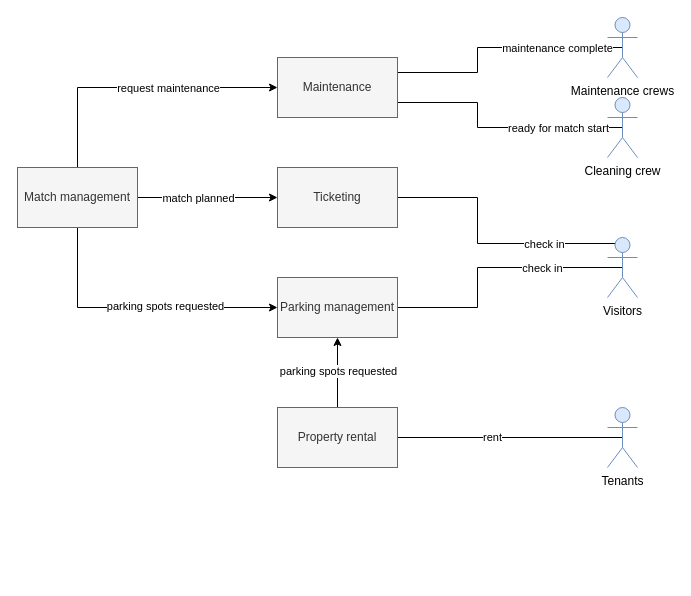
Above: service diagram.drawio in martijnmeeldijk/fc-smal (draw.io), before the change. Source tidied: cells renumbered, new cells numbered last; positions are measured from the earlier drawing's top-left corner, leaving out a move shared by most shapes. Both pictures are drawn from the tidied source at 100%, with x=0, y=0 at pixel (17, 17).
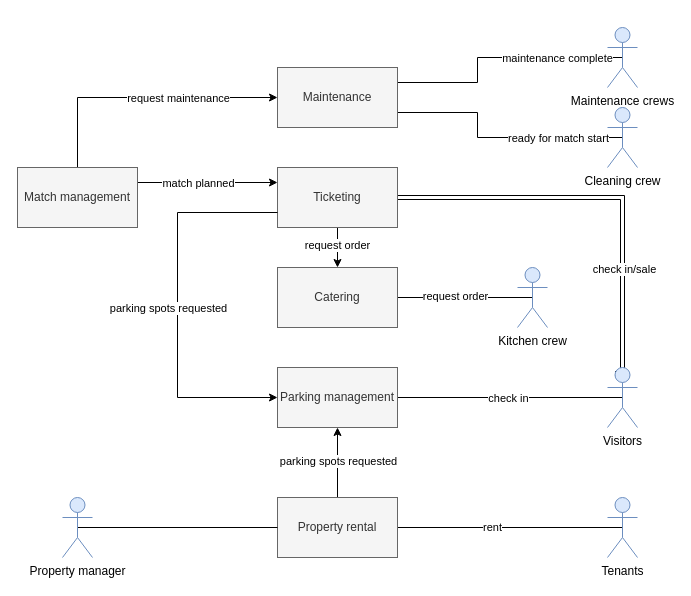
The same diagram, later.

The change refers to these unchanged cells:
```xml
<mxCell id="20" value="Ticketing" style="rounded=0;whiteSpace=wrap;html=1;fillColor=#f5f5f5;fontColor=#333333;strokeColor=#666666;" parent="1" vertex="1">
  <mxGeometry x="260" y="150" width="120" height="60" as="geometry" />
</mxCell>
<mxCell id="22" style="edgeStyle=orthogonalEdgeStyle;rounded=0;jettySize=auto;html=1;exitX=0.5;exitY=0;exitDx=0;exitDy=0;entryX=0;entryY=0.5;entryDx=0;entryDy=0;endArrow=classic;endFill=1;" parent="1" edge="1" source="28" target="21">
  <mxGeometry relative="1" as="geometry" />
</mxCell>
<mxCell id="28" value="Match management" style="rounded=0;whiteSpace=wrap;html=1;fillColor=#f5f5f5;fontColor=#333333;strokeColor=#666666;" parent="1" vertex="1">
  <mxGeometry y="150" width="120" height="60" as="geometry" />
</mxCell>
```

Change to the diagram source:
```diff
@@
-    <mxCell id="2" style="edgeStyle=orthogonalEdgeStyle;rounded=0;jettySize=auto;html=1;exitX=0.25;exitY=0.1;exitDx=0;exitDy=0;exitPerimeter=0;entryX=1;entryY=0.5;entryDx=0;entryDy=0;endArrow=none;endFill=0;" parent="1" edge="1" source="6" target="20">
+    <mxCell id="2" style="edgeStyle=orthogonalEdgeStyle;rounded=0;jettySize=auto;html=1;exitX=0.25;exitY=0.1;exitDx=0;exitDy=0;exitPerimeter=0;entryX=1;entryY=0.5;entryDx=0;entryDy=0;endArrow=none;endFill=0;shape=link;" parent="1" edge="1" source="6" target="20">
       <mxGeometry relative="1" as="geometry">
         <Array as="points">
-          <mxPoint x="460" y="226" />
-          <mxPoint x="460" y="180" />
+          <mxPoint x="605" y="356" />
+          <mxPoint x="605" y="180" />
         </Array>
       </mxGeometry>
     </mxCell>
-    <mxCell id="3" value="check in" style="edgeLabel;html=1;align=center;verticalAlign=middle;" parent="2" vertex="1">
+    <mxCell id="3" value="check in/sale" style="edgeLabel;html=1;align=center;verticalAlign=middle;" parent="2" vertex="1">
       <mxGeometry x="-0.45" relative="1" as="geometry">
         <mxPoint x="1" as="offset" />
       </mxGeometry>
     </mxCell>
     <mxCell id="4" style="edgeStyle=orthogonalEdgeStyle;rounded=0;jettySize=auto;html=1;exitX=0.5;exitY=0.5;exitDx=0;exitDy=0;exitPerimeter=0;entryX=1;entryY=0.5;entryDx=0;entryDy=0;endArrow=none;endFill=0;" parent="1" edge="1" source="6" target="16">
       <mxGeometry relative="1" as="geometry">
         <Array as="points">
-          <mxPoint x="460" y="250" />
-          <mxPoint x="460" y="290" />
+          <mxPoint x="605" y="380" />
         </Array>
       </mxGeometry>
     </mxCell>
     <mxCell id="5" value="check in" style="edgeLabel;html=1;align=center;verticalAlign=middle;" parent="4" vertex="1">
       <mxGeometry x="-0.39" y="-1" relative="1" as="geometry">
-        <mxPoint y="1" as="offset" />
+        <mxPoint x="-46" y="1" as="offset" />
       </mxGeometry>
     </mxCell>
     <mxCell id="6" value="Visitors" style="shape=umlActor;verticalLabelPosition=bottom;verticalAlign=top;html=1;outlineConnect=0;fillColor=#dae8fc;strokeColor=#6c8ebf;" parent="1" vertex="1">
-      <mxGeometry x="590" y="220" width="30" height="60" as="geometry" />
+      <mxGeometry x="590" y="350" width="30" height="60" as="geometry" />
     </mxCell>
     <mxCell id="7" style="edgeStyle=orthogonalEdgeStyle;rounded=0;jettySize=auto;html=1;exitX=0.5;exitY=0.5;exitDx=0;exitDy=0;exitPerimeter=0;entryX=1;entryY=0.75;entryDx=0;entryDy=0;endArrow=none;endFill=0;" parent="1" edge="1" source="9" target="21">
       <mxGeometry relative="1" as="geometry">
         <Array as="points">
-          <mxPoint x="460" y="110" />
-          <mxPoint x="460" y="85" />
+          <mxPoint x="460" y="120" />
+          <mxPoint x="460" y="95" />
         </Array>
       </mxGeometry>
     </mxCell>
@@
     <mxCell id="9" value="Cleaning crew" style="shape=umlActor;verticalLabelPosition=bottom;verticalAlign=top;html=1;outlineConnect=0;fillColor=#dae8fc;strokeColor=#6c8ebf;" parent="1" vertex="1">
-      <mxGeometry x="590" y="80" width="30" height="60" as="geometry" />
+      <mxGeometry x="590" y="90" width="30" height="60" as="geometry" />
     </mxCell>
     <mxCell id="10" style="edgeStyle=orthogonalEdgeStyle;rounded=0;jettySize=auto;html=1;exitX=0.5;exitY=0.5;exitDx=0;exitDy=0;exitPerimeter=0;entryX=1;entryY=0.25;entryDx=0;entryDy=0;endArrow=none;endFill=0;" parent="1" edge="1" source="12" target="21">
       <mxGeometry relative="1" as="geometry">
         <Array as="points">
-          <mxPoint x="460" y="30" />
-          <mxPoint x="460" y="55" />
+          <mxPoint x="460" y="40" />
+          <mxPoint x="460" y="65" />
         </Array>
       </mxGeometry>
     </mxCell>
@@
     <mxCell id="12" value="Maintenance crews" style="shape=umlActor;verticalLabelPosition=bottom;verticalAlign=top;html=1;outlineConnect=0;fillColor=#dae8fc;strokeColor=#6c8ebf;" parent="1" vertex="1">
-      <mxGeometry x="590" width="30" height="60" as="geometry" />
+      <mxGeometry x="590" y="10" width="30" height="60" as="geometry" />
     </mxCell>
@@
     <mxCell id="15" value="Tenants" style="shape=umlActor;verticalLabelPosition=bottom;verticalAlign=top;html=1;outlineConnect=0;fillColor=#dae8fc;strokeColor=#6c8ebf;" parent="1" vertex="1">
-      <mxGeometry x="590" y="390" width="30" height="60" as="geometry" />
+      <mxGeometry x="590" y="480" width="30" height="60" as="geometry" />
     </mxCell>
     <mxCell id="16" value="Parking management" style="rounded=0;whiteSpace=wrap;html=1;fillColor=#f5f5f5;fontColor=#333333;strokeColor=#666666;" parent="1" vertex="1">
-      <mxGeometry x="260" y="260" width="120" height="60" as="geometry" />
+      <mxGeometry x="260" y="350" width="120" height="60" as="geometry" />
     </mxCell>
@@
     <mxCell id="19" value="Property rental" style="rounded=0;whiteSpace=wrap;html=1;fillColor=#f5f5f5;fontColor=#333333;strokeColor=#666666;" parent="1" vertex="1">
-      <mxGeometry x="260" y="390" width="120" height="60" as="geometry" />
+      <mxGeometry x="260" y="480" width="120" height="60" as="geometry" />
     </mxCell>
+    <mxCell id="29" style="edgeStyle=orthogonalEdgeStyle;rounded=0;jettySize=auto;html=1;exitX=0.5;exitY=1;exitDx=0;exitDy=0;entryX=0.5;entryY=0;entryDx=0;entryDy=0;" parent="1" edge="1" source="20" target="33">
+      <mxGeometry relative="1" as="geometry" />
+    </mxCell>
+    <mxCell id="30" value="request order" style="edgeLabel;html=1;align=center;verticalAlign=middle;" parent="29" vertex="1">
+      <mxGeometry x="-0.15" y="-1" relative="1" as="geometry" />
+    </mxCell>
@@
     <mxCell id="21" value="Maintenance" style="rounded=0;whiteSpace=wrap;html=1;fillColor=#f5f5f5;fontColor=#333333;strokeColor=#666666;" parent="1" vertex="1">
-      <mxGeometry x="260" y="40" width="120" height="60" as="geometry" />
+      <mxGeometry x="260" y="50" width="120" height="60" as="geometry" />
     </mxCell>
@@
     <mxCell id="23" value="request maintenance" style="edgeLabel;html=1;align=center;verticalAlign=middle;" parent="22" vertex="1">
       <mxGeometry x="0.03" y="3" relative="1" as="geometry">
-        <mxPoint x="26" y="3" as="offset" />
+        <mxPoint x="31" y="3" as="offset" />
       </mxGeometry>
     </mxCell>
-    <mxCell id="24" style="edgeStyle=orthogonalEdgeStyle;rounded=0;jettySize=auto;html=1;exitX=1;exitY=0.5;exitDx=0;exitDy=0;entryX=0;entryY=0.5;entryDx=0;entryDy=0;endArrow=classic;endFill=1;" parent="1" edge="1" source="28" target="20">
+    <mxCell id="24" style="edgeStyle=orthogonalEdgeStyle;rounded=0;jettySize=auto;html=1;exitX=1;exitY=0.25;exitDx=0;exitDy=0;entryX=0;entryY=0.25;entryDx=0;entryDy=0;endArrow=classic;endFill=1;" parent="1" edge="1" source="28" target="20">
       <mxGeometry relative="1" as="geometry" />
     </mxCell>
@@
-    <mxCell id="26" style="edgeStyle=orthogonalEdgeStyle;rounded=0;jettySize=auto;html=1;exitX=0.5;exitY=1;exitDx=0;exitDy=0;entryX=0;entryY=0.5;entryDx=0;entryDy=0;endArrow=classic;endFill=1;" parent="1" edge="1" source="28" target="16">
-      <mxGeometry relative="1" as="geometry" />
+    <mxCell id="26" style="edgeStyle=orthogonalEdgeStyle;rounded=0;jettySize=auto;html=1;exitX=0;exitY=0.75;exitDx=0;exitDy=0;entryX=0;entryY=0.5;entryDx=0;entryDy=0;endArrow=classic;endFill=1;" parent="1" edge="1" source="20" target="16">
+      <mxGeometry relative="1" as="geometry">
+        <Array as="points">
+          <mxPoint x="160" y="195" />
+          <mxPoint x="160" y="380" />
+        </Array>
+      </mxGeometry>
     </mxCell>
     <mxCell id="27" value="parking spots requested" style="edgeLabel;html=1;align=center;verticalAlign=middle;" parent="26" vertex="1">
-      <mxGeometry x="0.19" y="2" relative="1" as="geometry" />
+      <mxGeometry x="0.19" y="2" relative="1" as="geometry">
+        <mxPoint x="-12" y="-34" as="offset" />
+      </mxGeometry>
     </mxCell>
@@
+    <mxCell id="31" style="edgeStyle=orthogonalEdgeStyle;rounded=0;jettySize=auto;html=1;exitX=1;exitY=0.5;exitDx=0;exitDy=0;entryX=0.5;entryY=0.5;entryDx=0;entryDy=0;entryPerimeter=0;endArrow=none;endFill=0;" parent="1" edge="1" source="33" target="34">
+      <mxGeometry relative="1" as="geometry" />
+    </mxCell>
+    <mxCell id="32" value="request order" style="edgeLabel;html=1;align=center;verticalAlign=middle;" parent="31" vertex="1">
+      <mxGeometry x="-0.16" y="2" relative="1" as="geometry" />
+    </mxCell>
+    <mxCell id="33" value="Catering" style="rounded=0;whiteSpace=wrap;html=1;fillColor=#f5f5f5;fontColor=#333333;strokeColor=#666666;" parent="1" vertex="1">
+      <mxGeometry x="260" y="250" width="120" height="60" as="geometry" />
+    </mxCell>
+    <mxCell id="34" value="Kitchen crew" style="shape=umlActor;verticalLabelPosition=bottom;verticalAlign=top;html=1;outlineConnect=0;fillColor=#dae8fc;strokeColor=#6c8ebf;" parent="1" vertex="1">
+      <mxGeometry x="500" y="250" width="30" height="60" as="geometry" />
+    </mxCell>
+    <mxCell id="35" style="edgeStyle=orthogonalEdgeStyle;rounded=0;jettySize=auto;html=1;exitX=0.5;exitY=0.5;exitDx=0;exitDy=0;exitPerimeter=0;entryX=0;entryY=0.5;entryDx=0;entryDy=0;endArrow=none;endFill=0;" parent="1" edge="1" source="36" target="19">
+      <mxGeometry relative="1" as="geometry" />
+    </mxCell>
+    <mxCell id="36" value="Property manager" style="shape=umlActor;verticalLabelPosition=bottom;verticalAlign=top;html=1;outlineConnect=0;fillColor=#dae8fc;strokeColor=#6c8ebf;" parent="1" vertex="1">
+      <mxGeometry x="45" y="480" width="30" height="60" as="geometry" />
+    </mxCell>
```
